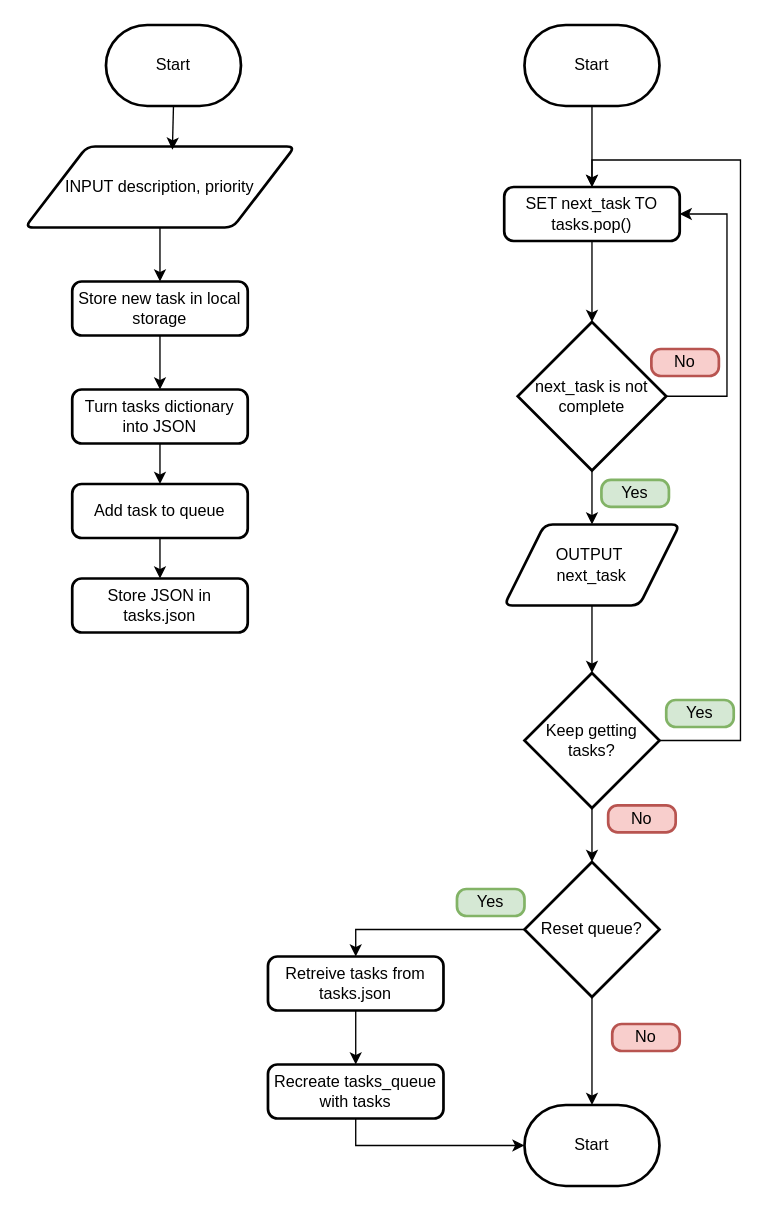
Before: planning/flowcharts.drawio in Jayden-Briffa/task-tracker-datacapture, a draw.io diagram. Source tidied: cells renumbered, new cells numbered last; positions are measured from the earlier drawing's top-left corner, leaving out a move shared by most shapes. Both pictures are drawn from the tidied source at 135%, with x=0, y=0 at pixel (24, 24).
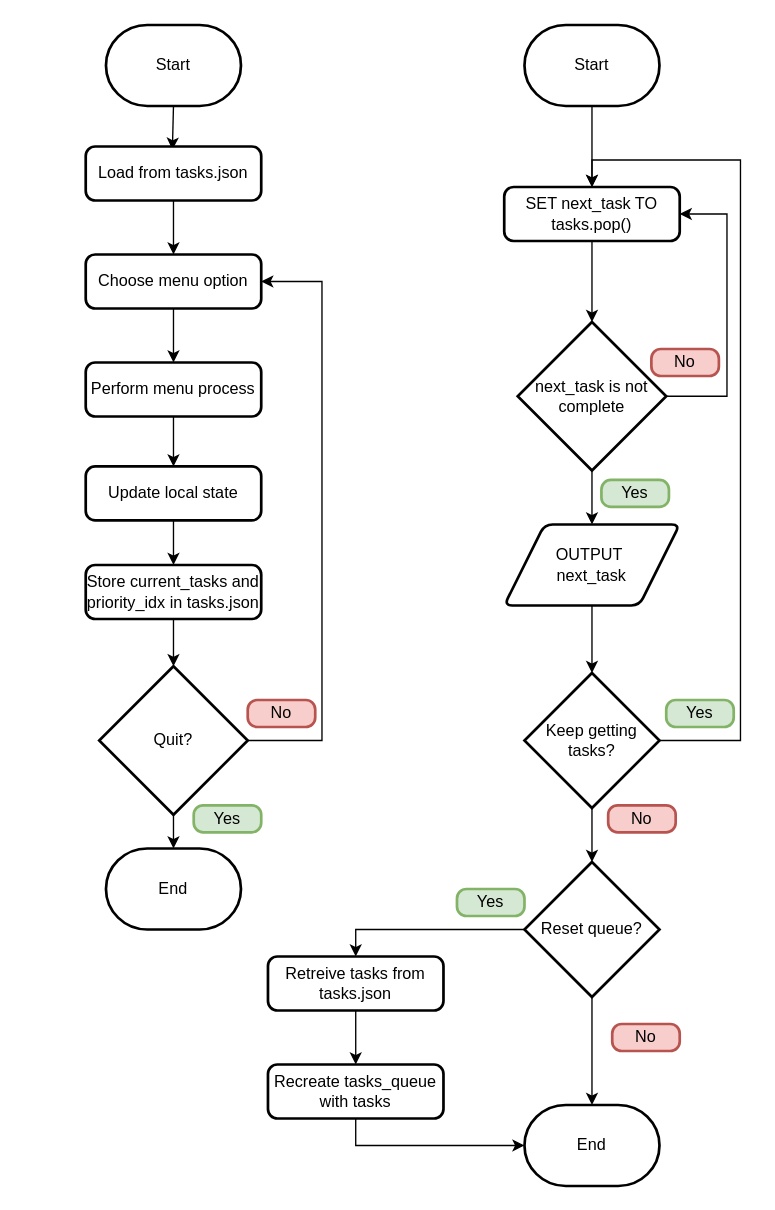
The same diagram, later.

Commit message (it also covers changes not shown here):
Add state persistence

The change refers to these unchanged cells:
```xml
<mxCell id="2" value="Start" style="strokeWidth=2;html=1;shape=mxgraph.flowchart.terminator;whiteSpace=wrap;" parent="1" vertex="1">
  <mxGeometry x="60" width="100" height="60" as="geometry" />
</mxCell>
```

Diff of the diagram source:
```diff
@@
-    <mxCell id="3" style="edgeStyle=orthogonalEdgeStyle;rounded=0;jettySize=auto;html=1;exitX=0.5;exitY=1;exitDx=0;exitDy=0;entryX=0.5;entryY=0;entryDx=0;entryDy=0;" parent="1" edge="1" source="4" target="9">
-      <mxGeometry relative="1" as="geometry" />
-    </mxCell>
-    <mxCell id="4" value="Store new task in local storage" style="rounded=1;whiteSpace=wrap;html=1;absoluteArcSize=1;arcSize=14;strokeWidth=2;" parent="1" vertex="1">
-      <mxGeometry x="35" y="190" width="130" height="40" as="geometry" />
-    </mxCell>
-    <mxCell id="5" style="edgeStyle=orthogonalEdgeStyle;rounded=0;jettySize=auto;html=1;exitX=0.5;exitY=1;exitDx=0;exitDy=0;entryX=0.5;entryY=0;entryDx=0;entryDy=0;" parent="1" edge="1" source="6" target="4">
-      <mxGeometry relative="1" as="geometry" />
-    </mxCell>
-    <mxCell id="6" value="INPUT description, priority" style="shape=parallelogram;html=1;strokeWidth=2;perimeter=parallelogramPerimeter;whiteSpace=wrap;rounded=1;arcSize=12;size=0.23;" parent="1" vertex="1">
-      <mxGeometry y="90" width="200" height="60" as="geometry" />
-    </mxCell>
-    <mxCell id="7" style="edgeStyle=orthogonalEdgeStyle;rounded=0;jettySize=auto;html=1;exitX=0.5;exitY=1;exitDx=0;exitDy=0;exitPerimeter=0;entryX=0.546;entryY=0.04;entryDx=0;entryDy=0;entryPerimeter=0;" parent="1" edge="1" source="2" target="6">
-      <mxGeometry relative="1" as="geometry" />
+    <mxCell id="7" style="edgeStyle=orthogonalEdgeStyle;rounded=0;jettySize=auto;html=1;exitX=0.5;exitY=1;exitDx=0;exitDy=0;exitPerimeter=0;entryX=0.546;entryY=0.04;entryDx=0;entryDy=0;entryPerimeter=0;" parent="1" edge="1" source="2">
+      <mxGeometry relative="1" as="geometry">
+        <mxPoint x="109.2" y="92.4" as="targetPoint" />
+      </mxGeometry>
     </mxCell>
-    <mxCell id="8" style="edgeStyle=orthogonalEdgeStyle;rounded=0;jettySize=auto;html=1;exitX=0.5;exitY=1;exitDx=0;exitDy=0;" parent="1" edge="1" source="9" target="12">
-      <mxGeometry relative="1" as="geometry" />
-    </mxCell>
-    <mxCell id="9" value="Turn tasks dictionary into JSON" style="rounded=1;whiteSpace=wrap;html=1;absoluteArcSize=1;arcSize=14;strokeWidth=2;" parent="1" vertex="1">
-      <mxGeometry x="35" y="270" width="130" height="40" as="geometry" />
-    </mxCell>
-    <mxCell id="10" value="Store JSON in tasks.json" style="rounded=1;whiteSpace=wrap;html=1;absoluteArcSize=1;arcSize=14;strokeWidth=2;" parent="1" vertex="1">
-      <mxGeometry x="35" y="410" width="130" height="40" as="geometry" />
+    <mxCell id="10" value="Store current_tasks and priority_idx in tasks.json" style="rounded=1;whiteSpace=wrap;html=1;absoluteArcSize=1;arcSize=14;strokeWidth=2;" parent="1" vertex="1">
+      <mxGeometry x="45" y="400" width="130" height="40" as="geometry" />
     </mxCell>
-    <mxCell id="11" style="edgeStyle=orthogonalEdgeStyle;rounded=0;jettySize=auto;html=1;exitX=0.5;exitY=1;exitDx=0;exitDy=0;entryX=0.5;entryY=0;entryDx=0;entryDy=0;" parent="1" edge="1" source="12" target="10">
-      <mxGeometry relative="1" as="geometry" />
-    </mxCell>
-    <mxCell id="12" value="Add task to queue" style="rounded=1;whiteSpace=wrap;html=1;absoluteArcSize=1;arcSize=14;strokeWidth=2;" parent="1" vertex="1">
-      <mxGeometry x="35" y="340" width="130" height="40" as="geometry" />
-    </mxCell>
@@
-    <mxCell id="27" value="Start" style="strokeWidth=2;html=1;shape=mxgraph.flowchart.terminator;whiteSpace=wrap;" parent="1" vertex="1">
+    <mxCell id="27" value="End" style="strokeWidth=2;html=1;shape=mxgraph.flowchart.terminator;whiteSpace=wrap;" parent="1" vertex="1">
       <mxGeometry x="370" y="800" width="100" height="60" as="geometry" />
     </mxCell>
@@
+    <mxCell id="39" style="edgeStyle=none;html=1;exitX=0.5;exitY=1;exitDx=0;exitDy=0;entryX=0.5;entryY=0;entryDx=0;entryDy=0;" parent="1" edge="1" source="40" target="42">
+      <mxGeometry relative="1" as="geometry" />
+    </mxCell>
+    <mxCell id="40" value="Load from tasks.json" style="rounded=1;whiteSpace=wrap;html=1;absoluteArcSize=1;arcSize=14;strokeWidth=2;" parent="1" vertex="1">
+      <mxGeometry x="45" y="90" width="130" height="40" as="geometry" />
+    </mxCell>
+    <mxCell id="41" style="edgeStyle=none;html=1;exitX=0.5;exitY=1;exitDx=0;exitDy=0;entryX=0.5;entryY=0;entryDx=0;entryDy=0;" parent="1" edge="1" source="42" target="44">
+      <mxGeometry relative="1" as="geometry" />
+    </mxCell>
+    <mxCell id="42" value="Choose menu option" style="rounded=1;whiteSpace=wrap;html=1;absoluteArcSize=1;arcSize=14;strokeWidth=2;" parent="1" vertex="1">
+      <mxGeometry x="45" y="170" width="130" height="40" as="geometry" />
+    </mxCell>
+    <mxCell id="43" style="edgeStyle=none;html=1;exitX=0.5;exitY=1;exitDx=0;exitDy=0;entryX=0.5;entryY=0;entryDx=0;entryDy=0;" parent="1" edge="1" source="44" target="46">
+      <mxGeometry relative="1" as="geometry" />
+    </mxCell>
+    <mxCell id="44" value="Perform menu process" style="rounded=1;whiteSpace=wrap;html=1;absoluteArcSize=1;arcSize=14;strokeWidth=2;" parent="1" vertex="1">
+      <mxGeometry x="45" y="250" width="130" height="40" as="geometry" />
+    </mxCell>
+    <mxCell id="45" style="edgeStyle=none;html=1;exitX=0.5;exitY=1;exitDx=0;exitDy=0;entryX=0.5;entryY=0;entryDx=0;entryDy=0;" parent="1" edge="1" source="46" target="10">
+      <mxGeometry relative="1" as="geometry" />
+    </mxCell>
+    <mxCell id="46" value="Update local state" style="rounded=1;whiteSpace=wrap;html=1;absoluteArcSize=1;arcSize=14;strokeWidth=2;" parent="1" vertex="1">
+      <mxGeometry x="45" y="327" width="130" height="40" as="geometry" />
+    </mxCell>
+    <mxCell id="47" style="edgeStyle=orthogonalEdgeStyle;rounded=0;jettySize=auto;html=1;exitX=1;exitY=0.5;exitDx=0;exitDy=0;entryX=1;entryY=0.5;entryDx=0;entryDy=0;exitPerimeter=0;" parent="1" edge="1" source="48" target="42">
+      <mxGeometry relative="1" as="geometry">
+        <Array as="points">
+          <mxPoint x="220" y="530" />
+          <mxPoint x="220" y="190" />
+        </Array>
+      </mxGeometry>
+    </mxCell>
+    <mxCell id="48" value="Quit?" style="strokeWidth=2;html=1;shape=mxgraph.flowchart.decision;whiteSpace=wrap;" parent="1" vertex="1">
+      <mxGeometry x="55" y="475" width="110" height="110" as="geometry" />
+    </mxCell>
+    <mxCell id="49" style="edgeStyle=none;html=1;exitX=0.5;exitY=1;exitDx=0;exitDy=0;entryX=0.5;entryY=0;entryDx=0;entryDy=0;entryPerimeter=0;" parent="1" edge="1" source="10" target="48">
+      <mxGeometry relative="1" as="geometry" />
+    </mxCell>
+    <mxCell id="50" value="End" style="strokeWidth=2;html=1;shape=mxgraph.flowchart.terminator;whiteSpace=wrap;" parent="1" vertex="1">
+      <mxGeometry x="60" y="610" width="100" height="60" as="geometry" />
+    </mxCell>
+    <mxCell id="51" style="edgeStyle=none;html=1;exitX=0.5;exitY=1;exitDx=0;exitDy=0;exitPerimeter=0;entryX=0.5;entryY=0;entryDx=0;entryDy=0;entryPerimeter=0;" parent="1" edge="1" source="48" target="50">
+      <mxGeometry relative="1" as="geometry" />
+    </mxCell>
+    <mxCell id="52" value="Yes" style="rounded=1;whiteSpace=wrap;html=1;absoluteArcSize=1;arcSize=14;strokeWidth=2;fillColor=#d5e8d4;strokeColor=#82b366;fontStyle=0;" parent="1" vertex="1">
+      <mxGeometry x="125" y="578" width="50" height="20" as="geometry" />
+    </mxCell>
+    <mxCell id="53" value="No" style="rounded=1;whiteSpace=wrap;html=1;absoluteArcSize=1;arcSize=14;strokeWidth=2;fillColor=#f8cecc;strokeColor=#b85450;fontStyle=0;" parent="1" vertex="1">
+      <mxGeometry x="165" y="500" width="50" height="20" as="geometry" />
+    </mxCell>
```
